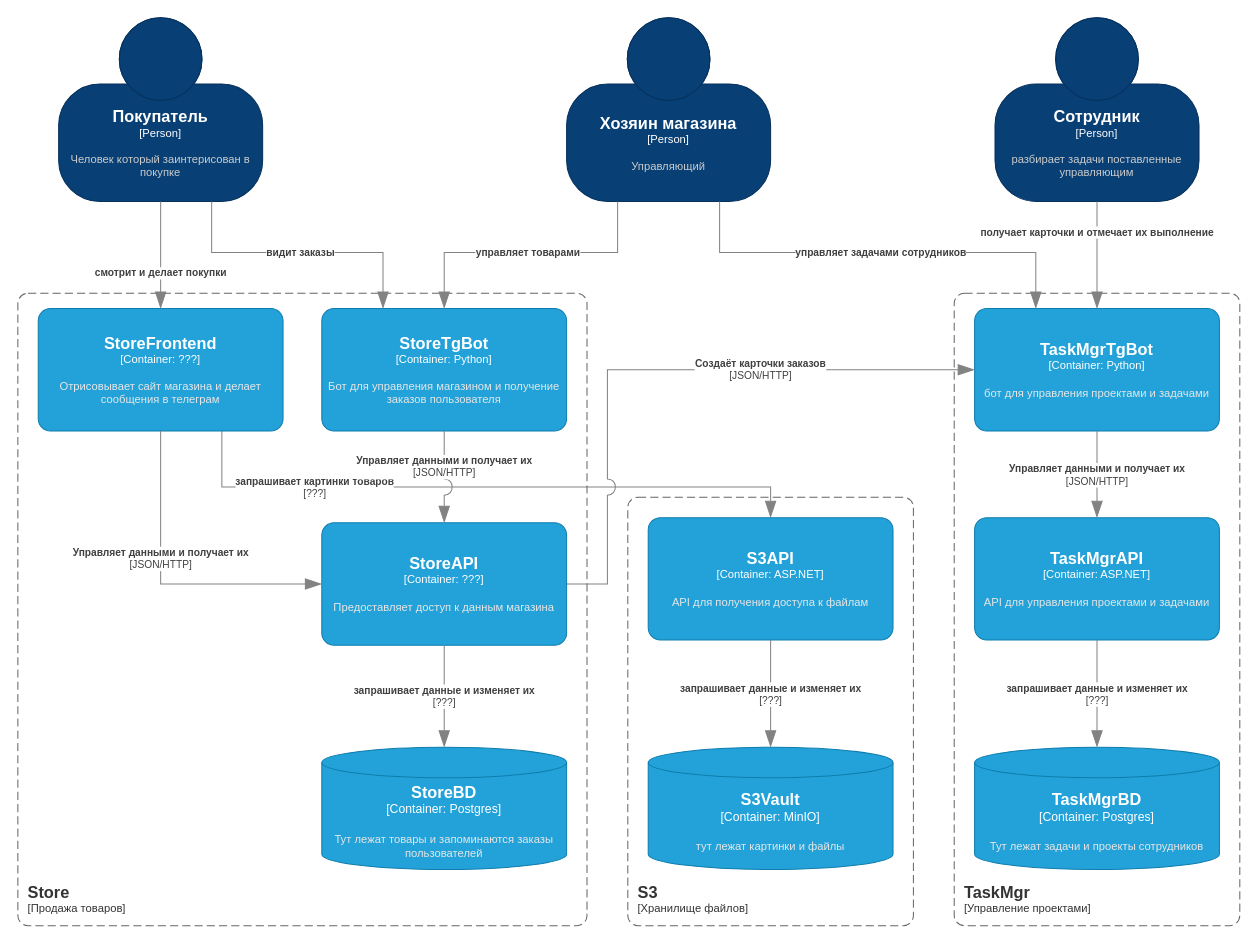
Earlier version of the draw.io diagram page "Общая архитектура" (1 of 4) of UStore.drawio (Uzym/UStore). Source tidied: cells renumbered, new cells numbered last; positions are measured from the earlier drawing's top-left corner, leaving out a move shared by most shapes. Both pictures are drawn from the tidied source at 102%, with x=0, y=0 at pixel (17, 17).
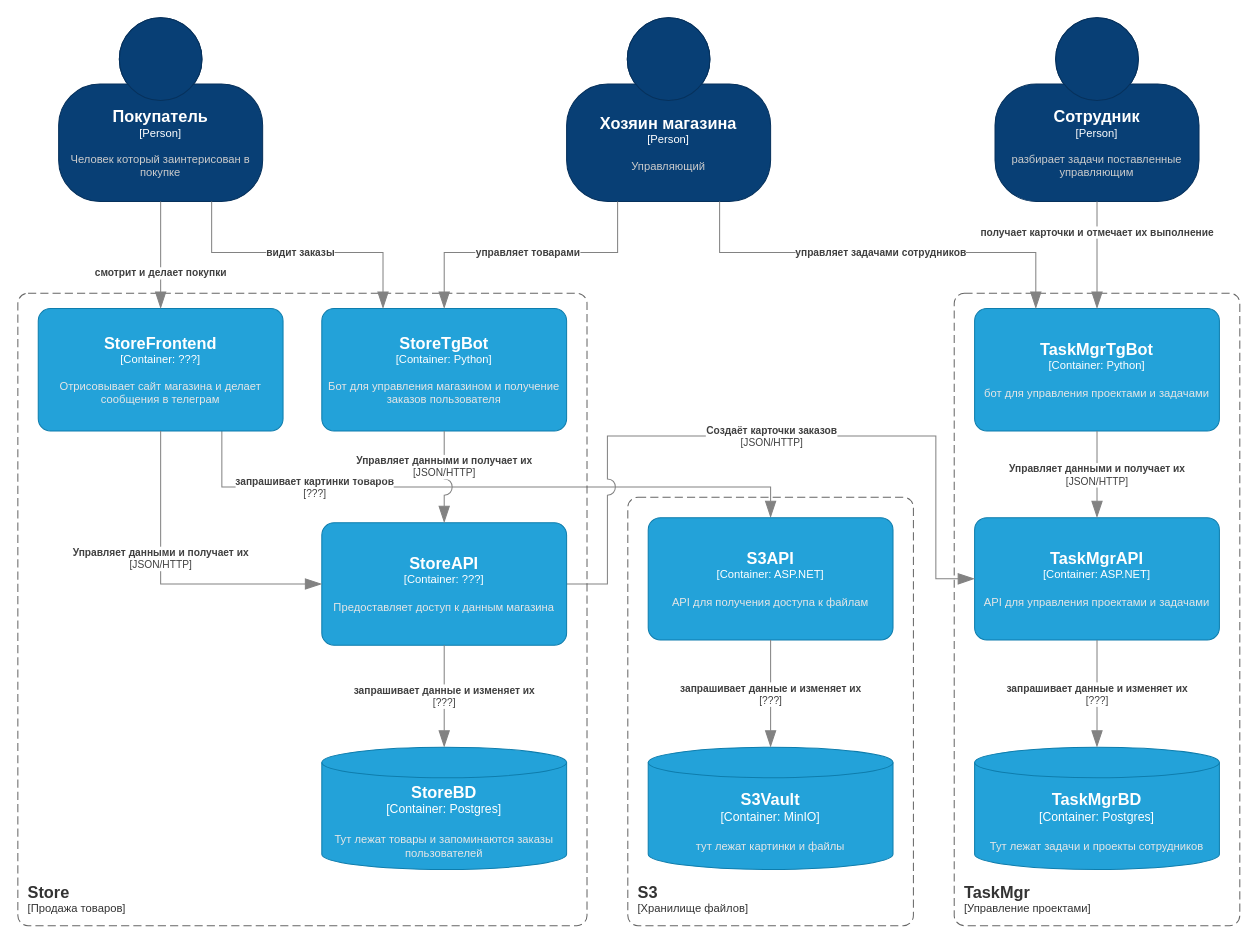
Above is the later version.

Unchanged cells that the change refers to:
```xml
<object id="5" label="&lt;font style=&quot;font-size: 16px&quot;&gt;&lt;b&gt;%c4Name%&lt;/b&gt;&lt;/font&gt;&lt;div&gt;[%c4Type%: %c4Technology%]&lt;/div&gt;&lt;br&gt;&lt;div&gt;&lt;font style=&quot;font-size: 11px&quot;&gt;&lt;font color=&quot;#E6E6E6&quot;&gt;%c4Description%&lt;/font&gt;&lt;/div&gt;" c4Description="API для управления проектами и задачами" c4Name="TaskMgrAPI" c4Technology="ASP.NET" c4Type="Container" placeholders="1">
  <mxCell style="rounded=1;whiteSpace=wrap;html=1;fontSize=11;labelBackgroundColor=none;fillColor=#23A2D9;fontColor=#ffffff;align=center;arcSize=10;strokeColor=#0E7DAD;points=[[0.25,0,0],[0.5,0,0],[0.75,0,0],[1,0.25,0],[1,0.5,0],[1,0.75,0],[0.75,1,0],[0.5,1,0],[0.25,1,0],[0,0.75,0],[0,0.5,0],[0,0.25,0]];" parent="3" vertex="1">
    <mxGeometry x="20" y="220" width="240" height="120" as="geometry" />
  </mxCell>
</object>
<object id="7" label="&lt;font style=&quot;font-size: 16px&quot;&gt;&lt;b&gt;%c4Name%&lt;/b&gt;&lt;/font&gt;&lt;div&gt;[%c4Type%: %c4Technology%]&lt;/div&gt;&lt;br&gt;&lt;div&gt;&lt;font style=&quot;font-size: 11px&quot;&gt;&lt;font color=&quot;#E6E6E6&quot;&gt;%c4Description%&lt;/font&gt;&lt;/div&gt;" c4Description="бот для управления проектами и задачами" c4Name="TaskMgrTgBot" c4Technology="Python" c4Type="Container" placeholders="1">
  <mxCell style="rounded=1;whiteSpace=wrap;html=1;fontSize=11;labelBackgroundColor=none;fillColor=#23A2D9;fontColor=#ffffff;align=center;arcSize=10;strokeColor=#0E7DAD;points=[[0.25,0,0],[0.5,0,0],[0.75,0,0],[1,0.25,0],[1,0.5,0],[1,0.75,0],[0.75,1,0],[0.5,1,0],[0.25,1,0],[0,0.75,0],[0,0.5,0],[0,0.25,0]];" parent="3" vertex="1">
    <mxGeometry x="20" y="15" width="240" height="120" as="geometry" />
  </mxCell>
</object>
<object id="18" label="&lt;font style=&quot;font-size: 16px&quot;&gt;&lt;b&gt;%c4Name%&lt;/b&gt;&lt;/font&gt;&lt;div&gt;[%c4Type%: %c4Technology%]&lt;/div&gt;&lt;br&gt;&lt;div&gt;&lt;font style=&quot;font-size: 11px&quot;&gt;&lt;font color=&quot;#E6E6E6&quot;&gt;%c4Description%&lt;/font&gt;&lt;/div&gt;" c4Description="Предоставляет доступ к данным магазина" c4Name="StoreAPI" c4Technology="???" c4Type="Container" placeholders="1">
  <mxCell style="rounded=1;whiteSpace=wrap;html=1;fontSize=11;labelBackgroundColor=none;fillColor=#23A2D9;fontColor=#ffffff;align=center;arcSize=10;strokeColor=#0E7DAD;points=[[0.25,0,0],[0.5,0,0],[0.75,0,0],[1,0.25,0],[1,0.5,0],[1,0.75,0],[0.75,1,0],[0.5,1,0],[0.25,1,0],[0,0.75,0],[0,0.5,0],[0,0.25,0]];" parent="1" vertex="1">
    <mxGeometry x="298" y="495" width="240" height="120" as="geometry" />
  </mxCell>
</object>
```

Change to the diagram source:
```diff
@@
     <object id="15" label="&lt;div style=&quot;text-align: left&quot;&gt;&lt;div style=&quot;text-align: center&quot;&gt;&lt;b&gt;%c4Description%&lt;/b&gt;&lt;/div&gt;&lt;div style=&quot;text-align: center&quot;&gt;[%c4Technology%]&lt;/div&gt;&lt;/div&gt;" c4Description="Создаёт карточки заказов" c4Technology="JSON/HTTP" placeholders="1">
-      <mxCell style="endArrow=blockThin;html=1;fontSize=10;fontColor=#404040;strokeWidth=1;endFill=1;strokeColor=#828282;elbow=vertical;endSize=14;startSize=14;jumpStyle=arc;jumpSize=16;rounded=0;edgeStyle=orthogonalEdgeStyle;exitX=1;exitY=0.5;exitDx=0;exitDy=0;exitPerimeter=0;entryX=0;entryY=0.5;entryDx=0;entryDy=0;entryPerimeter=0;" parent="1" edge="1" source="18" target="7">
-        <mxGeometry x="0.31" relative="1" as="geometry">
+      <mxCell style="endArrow=blockThin;html=1;fontSize=10;fontColor=#404040;strokeWidth=1;endFill=1;strokeColor=#828282;elbow=vertical;endSize=14;startSize=14;jumpStyle=arc;jumpSize=16;rounded=0;edgeStyle=orthogonalEdgeStyle;exitX=1;exitY=0.5;exitDx=0;exitDy=0;exitPerimeter=0;entryX=0;entryY=0.5;entryDx=0;entryDy=0;entryPerimeter=0;" parent="1" edge="1" source="18" target="5">
+        <mxGeometry x="0.01" relative="1" as="geometry">
           <Array as="points">
             <mxPoint x="578" y="555" />
-            <mxPoint x="578" y="345" />
+            <mxPoint x="578" y="410" />
+            <mxPoint x="900" y="410" />
+            <mxPoint x="900" y="550" />
           </Array>
         </mxGeometry>
       </mxCell>
     </object>
```
